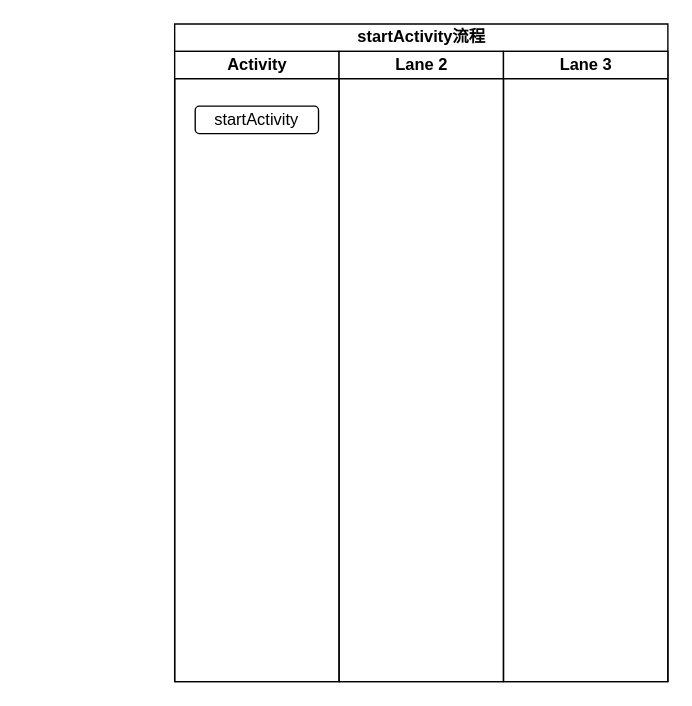
Before: 安卓源码梳理.drawio in WensonLuo/Drowio, a draw.io diagram. Source tidied: cells renumbered, new cells numbered last; positions are measured from the earlier drawing's top-left corner, leaving out a move shared by most shapes. Both pictures are drawn from the tidied source at 137%, with x=0, y=0 at pixel (174, 23).
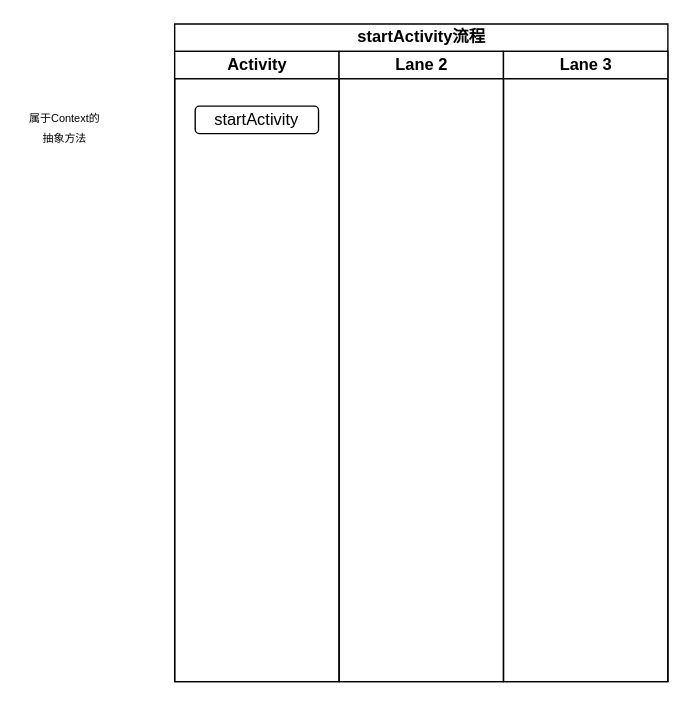
Above is the later version.

Commit message:
更新安卓源码梳理.drawio

What changed in the source:
```diff
@@
 <mxGraphModel>
   <root>
     <mxCell id="0" />
     <mxCell id="1" parent="0" />
     <mxCell id="2" value="startActivity流程" style="swimlane;startSize=20;html=1;" parent="1" vertex="1">
       <mxGeometry width="360" height="480" as="geometry" />
     </mxCell>
     <mxCell id="3" value="Activity" style="swimlane;startSize=20;html=1;" parent="2" vertex="1">
       <mxGeometry y="20" width="120" height="460" as="geometry" />
     </mxCell>
     <mxCell id="4" value="startActivity" style="rounded=1;whiteSpace=wrap;html=1;" parent="3" vertex="1">
       <mxGeometry x="15" y="40" width="90" height="20" as="geometry" />
     </mxCell>
     <mxCell id="5" value="Lane 2" style="swimlane;startSize=20;html=1;" parent="2" vertex="1">
       <mxGeometry x="120" y="20" width="120" height="460" as="geometry" />
     </mxCell>
     <mxCell id="6" value="Lane 3" style="swimlane;startSize=20;html=1;" parent="2" vertex="1">
       <mxGeometry x="240" y="20" width="120" height="460" as="geometry" />
     </mxCell>
+    <mxCell id="7" value="&lt;font style=&quot;font-size: 8px;&quot;&gt;属于Context的抽象方法&lt;/font&gt;" style="text;html=1;align=center;verticalAlign=middle;whiteSpace=wrap;rounded=0;" parent="1" vertex="1">
+      <mxGeometry x="-110" y="60" width="60" height="30" as="geometry" />
+    </mxCell>
   </root>
 </mxGraphModel>
```
